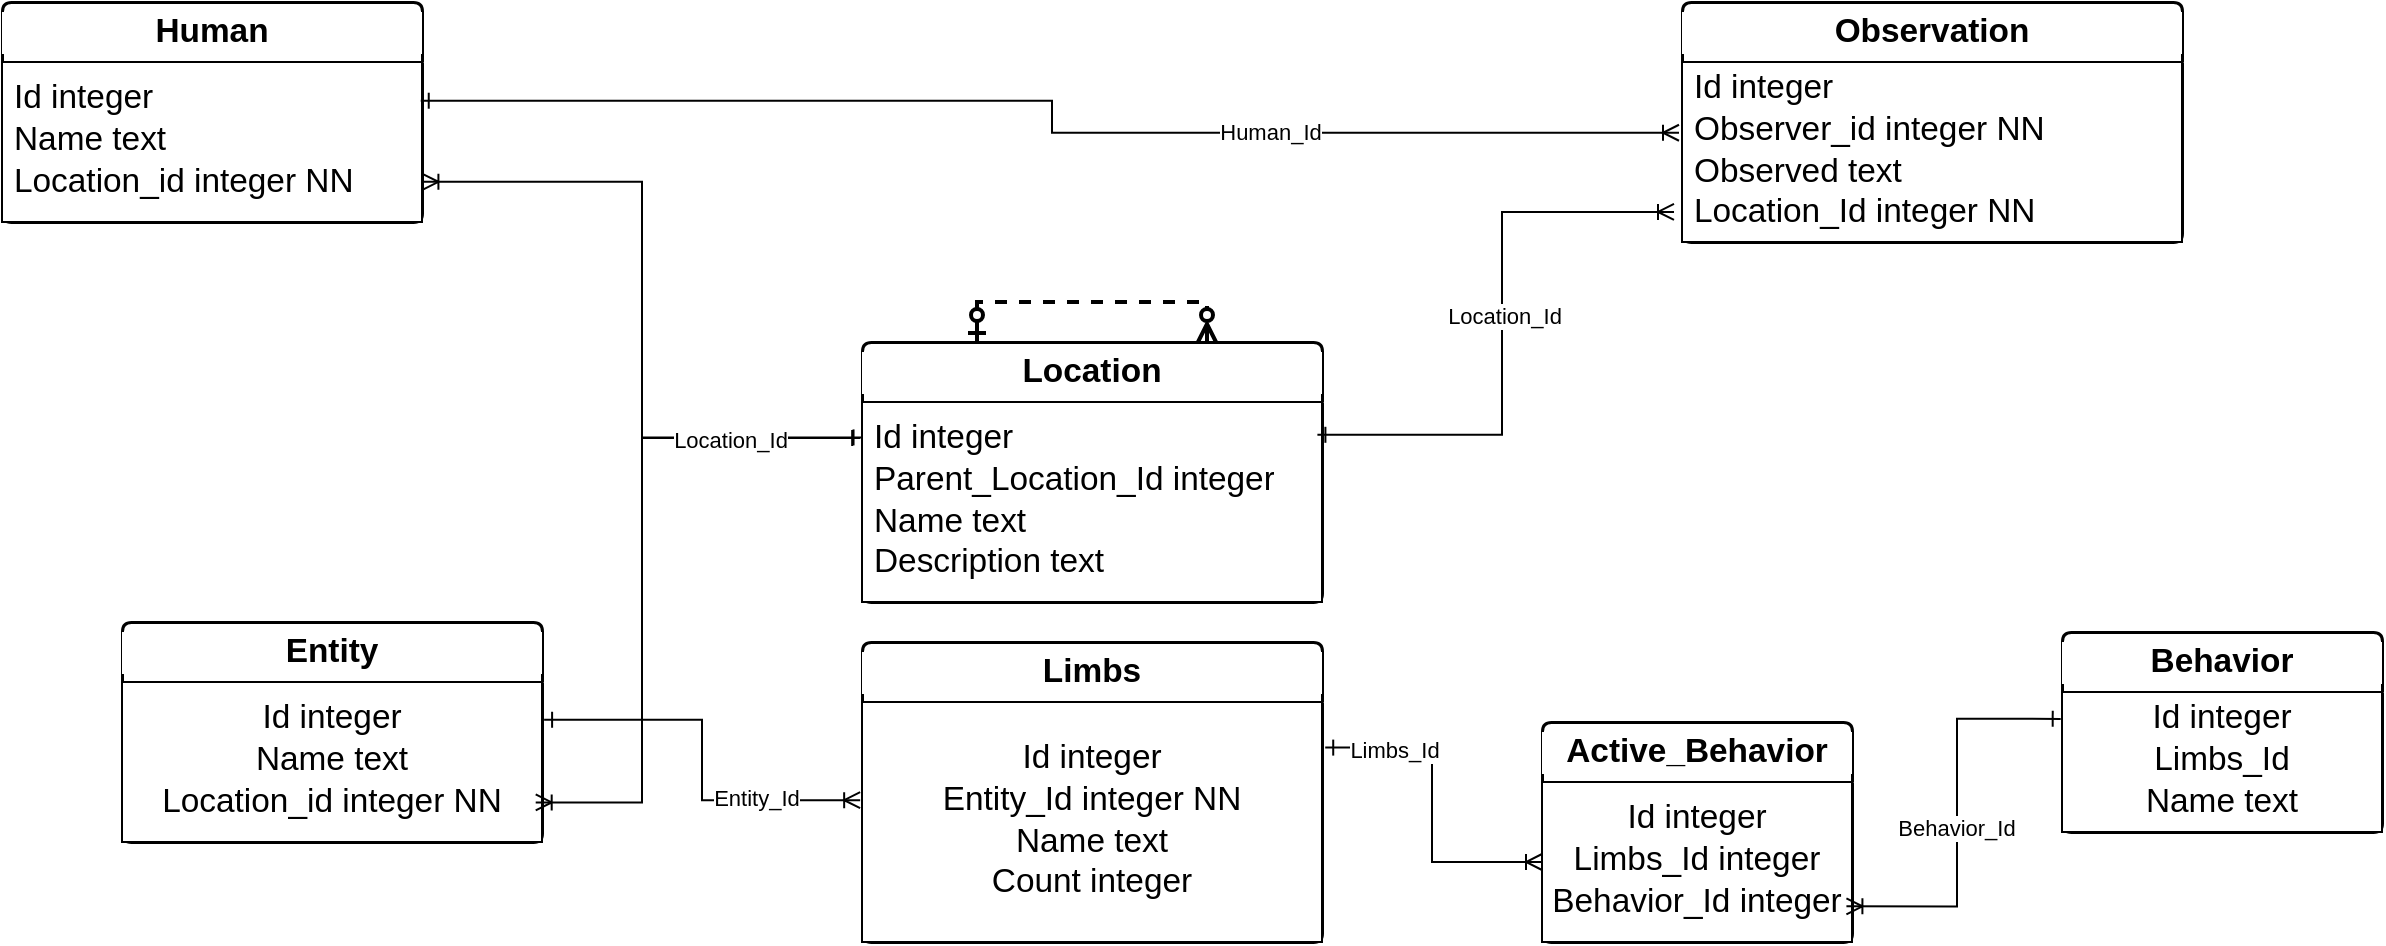
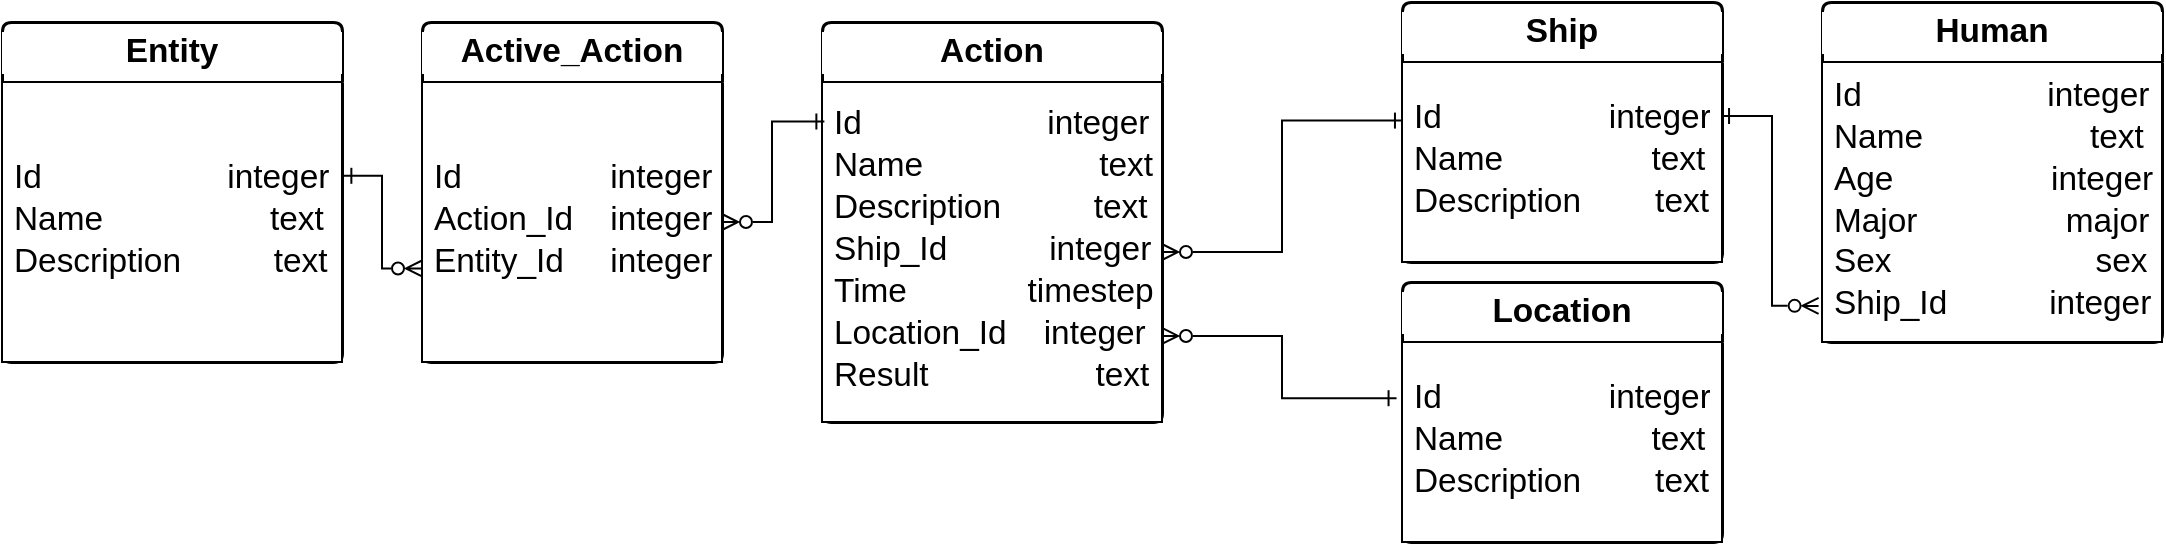
- <mxfile host="Electron" agent="Mozilla/5.0 (Windows NT 10.0; Win64; x64) AppleWebKit/537.36 (KHTML, like Gecko) draw.io/29.0.3 Chrome/140.0.7339.249 Electron/38.7.0 Safari/537.36" version="29.0.3">
+ <mxfile host="Electron" agent="Mozilla/5.0 (Windows NT 10.0; Win64; x64) AppleWebKit/537.36 (KHTML, like Gecko) draw.io/29.2.9 Chrome/140.0.7339.249 Electron/38.7.2 Safari/537.36" version="29.2.9">
  <diagram name="Страница-1" id="8GCiKMp58gubuejLVi_N">
-     <mxGraphModel dx="1355" dy="823" grid="1" gridSize="10" guides="1" tooltips="1" connect="1" arrows="1" fold="1" page="1" pageScale="1" pageWidth="827" pageHeight="1169" math="0" shadow="0">
+     <mxGraphModel dx="1209" dy="865" grid="1" gridSize="10" guides="1" tooltips="1" connect="1" arrows="1" fold="1" page="1" pageScale="1" pageWidth="827" pageHeight="1169" math="0" shadow="0">
      <root>
        <mxCell id="0" />
        <mxCell id="1" parent="0" />
-         <mxCell id="qf7KGY2JOOSaYyycN9dM-10" value="&lt;font style=&quot;&quot;&gt;&lt;span style=&quot;font-size: 16.7px;&quot;&gt;Location&lt;/span&gt;&lt;/font&gt;" style="html=1;overflow=block;blockSpacing=1;swimlane;childLayout=stackLayout;horizontal=1;horizontalStack=0;resizeParent=1;resizeParentMax=0;resizeLast=0;collapsible=0;marginBottom=0;swimlaneFillColor=#ffffff;startSize=30;whiteSpace=wrap;fontSize=16.7;fontStyle=1;align=center;spacing=0;strokeOpacity=100;fillOpacity=100;rounded=1;absoluteArcSize=1;arcSize=9;strokeWidth=1.5;fontColor=#000000;labelBackgroundColor=#FFFFFF;" parent="1" vertex="1">
-           <mxGeometry x="610" y="319.9999999999999" width="230" height="130" as="geometry" />
+         <mxCell id="Q-WWIh0XVSD4gLDMptNJ-1" parent="1" style="html=1;overflow=block;blockSpacing=1;swimlane;childLayout=stackLayout;horizontal=1;horizontalStack=0;resizeParent=1;resizeParentMax=0;resizeLast=0;collapsible=0;marginBottom=0;swimlaneFillColor=#ffffff;startSize=30;whiteSpace=wrap;fontSize=16.7;fontStyle=1;align=center;spacing=0;strokeOpacity=100;fillOpacity=100;rounded=1;absoluteArcSize=1;arcSize=9;strokeWidth=1.5;fontColor=#000000;labelBackgroundColor=#FFFFFF;" value="&lt;font style=&quot;&quot;&gt;&lt;span style=&quot;font-size: 16.7px;&quot;&gt;Location&lt;/span&gt;&lt;/font&gt;" vertex="1">
+           <mxGeometry height="130" width="160" x="770" y="420" as="geometry" />
        </mxCell>
-         <mxCell id="qf7KGY2JOOSaYyycN9dM-11" value="&lt;div style=&quot;display: flex; justify-content: center; align-items: baseline; line-height: 1.25; margin-top: -2px;&quot;&gt;&lt;span style=&quot;font-size: 16.7px;&quot;&gt;Id integer&lt;br&gt;Parent_Location_Id integer&lt;br&gt;Name text&lt;br&gt;Description text&lt;/span&gt;&lt;/div&gt;" style="part=1;html=1;resizeHeight=0;align=left;verticalAlign=middle;spacingLeft=4;spacingRight=4;overflow=hidden;rotatable=0;points=[[0,0.5],[1,0.5]];portConstraint=eastwest;swimlaneFillColor=#ffffff;strokeOpacity=100;fillOpacity=100;whiteSpace=wrap;fontSize=16.7;fontColor=#000000;labelBackgroundColor=#FFFFFF;" parent="qf7KGY2JOOSaYyycN9dM-10" vertex="1">
-           <mxGeometry y="30" width="230" height="100" as="geometry" />
+         <mxCell id="Q-WWIh0XVSD4gLDMptNJ-2" parent="Q-WWIh0XVSD4gLDMptNJ-1" style="part=1;html=1;resizeHeight=0;align=left;verticalAlign=middle;spacingLeft=4;spacingRight=4;overflow=hidden;rotatable=0;points=[[0,0.5],[1,0.5]];portConstraint=eastwest;swimlaneFillColor=#ffffff;strokeOpacity=100;fillOpacity=100;whiteSpace=wrap;fontSize=16.7;fontColor=#000000;labelBackgroundColor=#FFFFFF;" value="&lt;div style=&quot;display: flex; justify-content: center; align-items: baseline; line-height: 1.25; margin-top: -2px;&quot;&gt;&lt;span style=&quot;font-size: 16.7px;&quot;&gt;Id&amp;nbsp; &amp;nbsp; &amp;nbsp; &amp;nbsp; &amp;nbsp; &amp;nbsp; &amp;nbsp; &amp;nbsp; &amp;nbsp; integer&lt;br&gt;Name&amp;nbsp; &amp;nbsp; &amp;nbsp; &amp;nbsp; &amp;nbsp; &amp;nbsp; &amp;nbsp; &amp;nbsp; text&lt;br&gt;Description&amp;nbsp; &amp;nbsp; &amp;nbsp; &amp;nbsp; text&lt;/span&gt;&lt;/div&gt;" vertex="1">
+           <mxGeometry height="100" width="160" y="30" as="geometry" />
        </mxCell>
-         <mxCell id="qf7KGY2JOOSaYyycN9dM-12" value="&lt;span style=&quot;font-size: 16.7px;&quot;&gt;Entity&lt;/span&gt;" style="html=1;overflow=block;blockSpacing=1;swimlane;childLayout=stackLayout;horizontal=1;horizontalStack=0;resizeParent=1;resizeParentMax=0;resizeLast=0;collapsible=0;marginBottom=0;swimlaneFillColor=#ffffff;startSize=30;whiteSpace=wrap;fontSize=16.7;fontStyle=1;align=center;spacing=0;strokeOpacity=100;fillOpacity=100;rounded=1;absoluteArcSize=1;arcSize=9;strokeWidth=1.5;fontColor=#000000;labelBackgroundColor=#FFFFFF;" parent="1" vertex="1">
-           <mxGeometry x="240" y="460" width="210" height="110" as="geometry" />
+         <mxCell id="Q-WWIh0XVSD4gLDMptNJ-3" parent="1" style="html=1;overflow=block;blockSpacing=1;swimlane;childLayout=stackLayout;horizontal=1;horizontalStack=0;resizeParent=1;resizeParentMax=0;resizeLast=0;collapsible=0;marginBottom=0;swimlaneFillColor=#ffffff;startSize=30;whiteSpace=wrap;fontSize=16.7;fontStyle=1;align=center;spacing=0;strokeOpacity=100;fillOpacity=100;rounded=1;absoluteArcSize=1;arcSize=9;strokeWidth=1.5;fontColor=#000000;labelBackgroundColor=#FFFFFF;" value="&lt;span style=&quot;font-size: 16.7px;&quot;&gt;Entity&lt;/span&gt;" vertex="1">
+           <mxGeometry height="170" width="170" x="70" y="290" as="geometry" />
        </mxCell>
-         <mxCell id="qf7KGY2JOOSaYyycN9dM-13" value="&lt;div style=&quot;display: flex; justify-content: center; align-items: baseline; line-height: 1.25; margin-top: -2px;&quot;&gt;&lt;span style=&quot;font-size: 0px;&quot;&gt;&lt;span style=&quot;font-size: 16.7px;&quot;&gt;&lt;font style=&quot;&quot;&gt;Id integer&lt;br&gt;Name text&lt;br&gt;Location_id integer NN&lt;/font&gt;&lt;/span&gt;&lt;/span&gt;&lt;/div&gt;" style="part=1;html=1;resizeHeight=0;align=center;verticalAlign=middle;spacingLeft=4;spacingRight=4;overflow=hidden;rotatable=0;points=[[0,0.5],[1,0.5]];portConstraint=eastwest;swimlaneFillColor=#ffffff;strokeOpacity=100;fillOpacity=100;whiteSpace=wrap;fontSize=16.7;fontColor=#000000;labelBackgroundColor=#FFFFFF;" parent="qf7KGY2JOOSaYyycN9dM-12" vertex="1">
-           <mxGeometry y="30" width="210" height="80" as="geometry" />
+         <mxCell id="Q-WWIh0XVSD4gLDMptNJ-4" parent="Q-WWIh0XVSD4gLDMptNJ-3" style="part=1;html=1;resizeHeight=0;align=left;verticalAlign=middle;spacingLeft=4;spacingRight=4;overflow=hidden;rotatable=0;points=[[0,0.5],[1,0.5]];portConstraint=eastwest;swimlaneFillColor=#ffffff;strokeOpacity=100;fillOpacity=100;whiteSpace=wrap;fontSize=16.7;fontColor=#000000;labelBackgroundColor=#FFFFFF;" value="&lt;div style=&quot;display: flex; justify-content: center; align-items: baseline; line-height: 1.25; margin-top: -2px;&quot;&gt;&lt;span style=&quot;font-size: 0px;&quot;&gt;&lt;span style=&quot;font-size: 16.7px;&quot;&gt;&lt;font style=&quot;&quot;&gt;Id&amp;nbsp; &amp;nbsp; &amp;nbsp; &amp;nbsp; &amp;nbsp; &amp;nbsp; &amp;nbsp; &amp;nbsp; &amp;nbsp; &amp;nbsp; integer&lt;br&gt;Name&amp;nbsp; &amp;nbsp; &amp;nbsp; &amp;nbsp; &amp;nbsp; &amp;nbsp; &amp;nbsp; &amp;nbsp; &amp;nbsp; text&lt;br&gt;Description&amp;nbsp; &amp;nbsp; &amp;nbsp; &amp;nbsp; &amp;nbsp; text&lt;br&gt;&lt;/font&gt;&lt;/span&gt;&lt;/span&gt;&lt;/div&gt;" vertex="1">
+           <mxGeometry height="140" width="170" y="30" as="geometry" />
        </mxCell>
-         <mxCell id="qf7KGY2JOOSaYyycN9dM-16" value="&lt;font style=&quot;&quot;&gt;&lt;span style=&quot;font-size: 16.7px;&quot;&gt;Observation&lt;/span&gt;&lt;/font&gt;" style="html=1;overflow=block;blockSpacing=1;swimlane;childLayout=stackLayout;horizontal=1;horizontalStack=0;resizeParent=1;resizeParentMax=0;resizeLast=0;collapsible=0;marginBottom=0;swimlaneFillColor=#ffffff;startSize=30;whiteSpace=wrap;fontSize=16.7;fontStyle=1;align=center;spacing=0;strokeOpacity=100;fillOpacity=100;rounded=1;absoluteArcSize=1;arcSize=9;strokeWidth=1.5;fontColor=#000000;labelBackgroundColor=#FFFFFF;" parent="1" vertex="1">
-           <mxGeometry x="1020" y="150" width="250" height="120" as="geometry" />
+         <mxCell id="Q-WWIh0XVSD4gLDMptNJ-5" parent="1" style="html=1;overflow=block;blockSpacing=1;swimlane;childLayout=stackLayout;horizontal=1;horizontalStack=0;resizeParent=1;resizeParentMax=0;resizeLast=0;collapsible=0;marginBottom=0;swimlaneFillColor=#ffffff;startSize=30;whiteSpace=wrap;fontSize=16.7;fontStyle=1;align=center;spacing=0;strokeOpacity=100;fillOpacity=100;rounded=1;absoluteArcSize=1;arcSize=9;strokeWidth=1.5;fontColor=#000000;labelBackgroundColor=#FFFFFF;" value="&lt;span style=&quot;font-size: 16.7px;&quot;&gt;Human&lt;/span&gt;" vertex="1">
+           <mxGeometry height="170" width="170" x="980" y="280.0000000000001" as="geometry" />
        </mxCell>
-         <mxCell id="qf7KGY2JOOSaYyycN9dM-17" value="&lt;div style=&quot;display: flex; justify-content: center; align-items: baseline; line-height: 1.25; margin-top: -2px;&quot;&gt;&lt;span style=&quot;font-size: 16.7px;&quot;&gt;Id integer&lt;br&gt;Observer_id integer NN&lt;br&gt;Observed text&lt;br&gt;Location_Id integer NN&lt;/span&gt;&lt;/div&gt;" style="part=1;html=1;resizeHeight=0;align=left;verticalAlign=middle;spacingLeft=4;spacingRight=4;overflow=hidden;rotatable=0;points=[[0,0.5],[1,0.5]];portConstraint=eastwest;swimlaneFillColor=#ffffff;strokeOpacity=100;fillOpacity=100;whiteSpace=wrap;fontSize=16.7;fontColor=#000000;labelBackgroundColor=#FFFFFF;" parent="qf7KGY2JOOSaYyycN9dM-16" vertex="1">
-           <mxGeometry y="30" width="250" height="90" as="geometry" />
+         <mxCell id="Q-WWIh0XVSD4gLDMptNJ-6" parent="Q-WWIh0XVSD4gLDMptNJ-5" style="part=1;html=1;resizeHeight=0;align=left;verticalAlign=middle;spacingLeft=4;spacingRight=4;overflow=hidden;rotatable=0;points=[[0,0.5],[1,0.5]];portConstraint=eastwest;swimlaneFillColor=#ffffff;strokeOpacity=100;fillOpacity=100;whiteSpace=wrap;fontSize=16.7;fontColor=#000000;labelBackgroundColor=#FFFFFF;" value="&lt;div style=&quot;display: flex; justify-content: center; align-items: baseline; line-height: 1.25; margin-top: -2px;&quot;&gt;&lt;span style=&quot;font-size: 0px;&quot;&gt;&lt;span style=&quot;font-size: 16.7px;&quot;&gt;&lt;font style=&quot;&quot;&gt;Id&amp;nbsp; &amp;nbsp; &amp;nbsp; &amp;nbsp; &amp;nbsp; &amp;nbsp; &amp;nbsp; &amp;nbsp; &amp;nbsp; &amp;nbsp; integer&lt;br&gt;Name&amp;nbsp; &amp;nbsp; &amp;nbsp; &amp;nbsp; &amp;nbsp; &amp;nbsp; &amp;nbsp; &amp;nbsp; &amp;nbsp; text&lt;br&gt;Age&amp;nbsp; &amp;nbsp; &amp;nbsp; &amp;nbsp; &amp;nbsp; &amp;nbsp; &amp;nbsp; &amp;nbsp; &amp;nbsp;integer&lt;br&gt;Major&amp;nbsp; &amp;nbsp; &amp;nbsp; &amp;nbsp; &amp;nbsp; &amp;nbsp; &amp;nbsp; &amp;nbsp; major&lt;br&gt;Sex&amp;nbsp; &amp;nbsp; &amp;nbsp; &amp;nbsp; &amp;nbsp; &amp;nbsp; &amp;nbsp; &amp;nbsp; &amp;nbsp; &amp;nbsp; &amp;nbsp; sex&lt;br&gt;Ship_Id&amp;nbsp; &amp;nbsp; &amp;nbsp; &amp;nbsp; &amp;nbsp; &amp;nbsp;integer&lt;br&gt;&lt;/font&gt;&lt;/span&gt;&lt;/span&gt;&lt;/div&gt;" vertex="1">
+           <mxGeometry height="140" width="170" y="30" as="geometry" />
        </mxCell>
-         <mxCell id="qf7KGY2JOOSaYyycN9dM-18" value="&lt;span style=&quot;font-size: 16.7px;&quot;&gt;Human&lt;/span&gt;" style="html=1;overflow=block;blockSpacing=1;swimlane;childLayout=stackLayout;horizontal=1;horizontalStack=0;resizeParent=1;resizeParentMax=0;resizeLast=0;collapsible=0;marginBottom=0;swimlaneFillColor=#ffffff;startSize=30;whiteSpace=wrap;fontSize=16.7;fontStyle=1;align=center;spacing=0;strokeOpacity=100;fillOpacity=100;rounded=1;absoluteArcSize=1;arcSize=9;strokeWidth=1.5;fontColor=#000000;labelBackgroundColor=#FFFFFF;" parent="1" vertex="1">
-           <mxGeometry x="180" y="150" width="210" height="110" as="geometry" />
+         <mxCell id="Q-WWIh0XVSD4gLDMptNJ-7" parent="1" style="html=1;overflow=block;blockSpacing=1;swimlane;childLayout=stackLayout;horizontal=1;horizontalStack=0;resizeParent=1;resizeParentMax=0;resizeLast=0;collapsible=0;marginBottom=0;swimlaneFillColor=#ffffff;startSize=30;whiteSpace=wrap;fontSize=16.7;fontStyle=1;align=center;spacing=0;strokeOpacity=100;fillOpacity=100;rounded=1;absoluteArcSize=1;arcSize=9;strokeWidth=1.5;fontColor=#000000;labelBackgroundColor=#FFFFFF;" value="&lt;span style=&quot;font-size: 16.7px;&quot;&gt;Action&lt;/span&gt;" vertex="1">
+           <mxGeometry height="200" width="170" x="480" y="290.0000000000001" as="geometry" />
        </mxCell>
-         <mxCell id="qf7KGY2JOOSaYyycN9dM-19" value="&lt;div style=&quot;display: flex; justify-content: center; align-items: baseline; line-height: 1.25; margin-top: -2px;&quot;&gt;&lt;span style=&quot;font-size: 0px;&quot;&gt;&lt;span style=&quot;font-size: 16.7px;&quot;&gt;&lt;font style=&quot;&quot;&gt;Id integer&lt;br&gt;Name text&lt;br&gt;Location_id integer NN&lt;/font&gt;&lt;/span&gt;&lt;/span&gt;&lt;/div&gt;" style="part=1;html=1;resizeHeight=0;align=left;verticalAlign=middle;spacingLeft=4;spacingRight=4;overflow=hidden;rotatable=0;points=[[0,0.5],[1,0.5]];portConstraint=eastwest;swimlaneFillColor=#ffffff;strokeOpacity=100;fillOpacity=100;whiteSpace=wrap;fontSize=16.7;fontColor=#000000;labelBackgroundColor=#FFFFFF;" parent="qf7KGY2JOOSaYyycN9dM-18" vertex="1">
-           <mxGeometry y="30" width="210" height="80" as="geometry" />
+         <mxCell id="Q-WWIh0XVSD4gLDMptNJ-8" parent="Q-WWIh0XVSD4gLDMptNJ-7" style="part=1;html=1;resizeHeight=0;align=left;verticalAlign=middle;spacingLeft=4;spacingRight=4;overflow=hidden;rotatable=0;points=[[0,0.5],[1,0.5]];portConstraint=eastwest;swimlaneFillColor=#ffffff;strokeOpacity=100;fillOpacity=100;whiteSpace=wrap;fontSize=16.7;fontColor=#000000;labelBackgroundColor=#FFFFFF;" value="&lt;div style=&quot;display: flex; justify-content: center; align-items: baseline; line-height: 1.25; margin-top: -2px;&quot;&gt;&lt;span style=&quot;font-size: 16.7px;&quot;&gt;Id&amp;nbsp; &amp;nbsp; &amp;nbsp; &amp;nbsp; &amp;nbsp; &amp;nbsp; &amp;nbsp; &amp;nbsp; &amp;nbsp; &amp;nbsp; integer&lt;br&gt;Name&amp;nbsp; &amp;nbsp; &amp;nbsp; &amp;nbsp; &amp;nbsp; &amp;nbsp; &amp;nbsp; &amp;nbsp; &amp;nbsp; &amp;nbsp;text&lt;br&gt;Description&amp;nbsp; &amp;nbsp; &amp;nbsp; &amp;nbsp; &amp;nbsp; text&lt;br&gt;Ship_Id&amp;nbsp; &amp;nbsp; &amp;nbsp; &amp;nbsp; &amp;nbsp; &amp;nbsp;integer&lt;br&gt;Time&amp;nbsp; &amp;nbsp; &amp;nbsp; &amp;nbsp; &amp;nbsp; &amp;nbsp; &amp;nbsp;timestep&lt;br&gt;Location_Id&amp;nbsp; &amp;nbsp; integer&lt;br&gt;Result&amp;nbsp; &amp;nbsp; &amp;nbsp; &amp;nbsp; &amp;nbsp; &amp;nbsp; &amp;nbsp; &amp;nbsp; &amp;nbsp; text&lt;/span&gt;&lt;/div&gt;" vertex="1">
+           <mxGeometry height="170" width="170" y="30" as="geometry" />
        </mxCell>
-         <mxCell id="qf7KGY2JOOSaYyycN9dM-29" value="&lt;span style=&quot;font-size: 16.7px;&quot;&gt;Limbs&lt;/span&gt;" style="html=1;overflow=block;blockSpacing=1;swimlane;childLayout=stackLayout;horizontal=1;horizontalStack=0;resizeParent=1;resizeParentMax=0;resizeLast=0;collapsible=0;marginBottom=0;swimlaneFillColor=#ffffff;startSize=30;whiteSpace=wrap;fontSize=16.7;fontStyle=1;align=center;spacing=0;strokeOpacity=100;fillOpacity=100;rounded=1;absoluteArcSize=1;arcSize=9;strokeWidth=1.5;fontColor=#000000;labelBackgroundColor=#FFFFFF;" parent="1" vertex="1">
-           <mxGeometry x="610" y="470" width="230" height="150" as="geometry" />
+         <mxCell id="Q-WWIh0XVSD4gLDMptNJ-10" parent="1" style="html=1;overflow=block;blockSpacing=1;swimlane;childLayout=stackLayout;horizontal=1;horizontalStack=0;resizeParent=1;resizeParentMax=0;resizeLast=0;collapsible=0;marginBottom=0;swimlaneFillColor=#ffffff;startSize=30;whiteSpace=wrap;fontSize=16.7;fontStyle=1;align=center;spacing=0;strokeOpacity=100;fillOpacity=100;rounded=1;absoluteArcSize=1;arcSize=9;strokeWidth=1.5;fontColor=#000000;labelBackgroundColor=#FFFFFF;" value="&lt;font style=&quot;&quot;&gt;&lt;span style=&quot;font-size: 16.7px;&quot;&gt;Ship&lt;/span&gt;&lt;/font&gt;" vertex="1">
+           <mxGeometry height="130" width="160" x="770" y="280.0000000000001" as="geometry" />
        </mxCell>
-         <mxCell id="qf7KGY2JOOSaYyycN9dM-30" value="&lt;div style=&quot;display: flex; justify-content: center; align-items: baseline; line-height: 1.25; margin-top: -2px;&quot;&gt;&lt;span style=&quot;font-size: 0px;&quot;&gt;&lt;span style=&quot;font-size: 16.7px;&quot;&gt;&lt;font style=&quot;&quot;&gt;Id integer&lt;br&gt;Entity_Id integer NN&lt;br&gt;Name text&lt;br&gt;Count integer&lt;br&gt;&lt;/font&gt;&lt;/span&gt;&lt;/span&gt;&lt;/div&gt;" style="part=1;html=1;resizeHeight=0;align=center;verticalAlign=middle;spacingLeft=4;spacingRight=4;overflow=hidden;rotatable=0;points=[[0,0.5],[1,0.5]];portConstraint=eastwest;swimlaneFillColor=#ffffff;strokeOpacity=100;fillOpacity=100;whiteSpace=wrap;fontSize=16.7;fontColor=#000000;labelBackgroundColor=#FFFFFF;" parent="qf7KGY2JOOSaYyycN9dM-29" vertex="1">
-           <mxGeometry y="30" width="230" height="120" as="geometry" />
+         <mxCell id="Q-WWIh0XVSD4gLDMptNJ-11" parent="Q-WWIh0XVSD4gLDMptNJ-10" style="part=1;html=1;resizeHeight=0;align=left;verticalAlign=middle;spacingLeft=4;spacingRight=4;overflow=hidden;rotatable=0;points=[[0,0.5],[1,0.5]];portConstraint=eastwest;swimlaneFillColor=#ffffff;strokeOpacity=100;fillOpacity=100;whiteSpace=wrap;fontSize=16.7;fontColor=#000000;labelBackgroundColor=#FFFFFF;" value="&lt;div style=&quot;display: flex; justify-content: center; align-items: baseline; line-height: 1.25; margin-top: -2px;&quot;&gt;&lt;span style=&quot;font-size: 16.7px;&quot;&gt;Id&amp;nbsp; &amp;nbsp; &amp;nbsp; &amp;nbsp; &amp;nbsp; &amp;nbsp; &amp;nbsp; &amp;nbsp; &amp;nbsp; integer&lt;br&gt;Name&amp;nbsp; &amp;nbsp; &amp;nbsp; &amp;nbsp; &amp;nbsp; &amp;nbsp; &amp;nbsp; &amp;nbsp; text&lt;br&gt;Description&amp;nbsp; &amp;nbsp; &amp;nbsp; &amp;nbsp; text&lt;br&gt;&lt;/span&gt;&lt;/div&gt;" vertex="1">
+           <mxGeometry height="100" width="160" y="30" as="geometry" />
        </mxCell>
-         <mxCell id="qf7KGY2JOOSaYyycN9dM-33" value="&lt;span style=&quot;font-size: 16.7px;&quot;&gt;Behavior&lt;/span&gt;" style="html=1;overflow=block;blockSpacing=1;swimlane;childLayout=stackLayout;horizontal=1;horizontalStack=0;resizeParent=1;resizeParentMax=0;resizeLast=0;collapsible=0;marginBottom=0;swimlaneFillColor=#ffffff;startSize=30;whiteSpace=wrap;fontSize=16.7;fontStyle=1;align=center;spacing=0;strokeOpacity=100;fillOpacity=100;rounded=1;absoluteArcSize=1;arcSize=9;strokeWidth=1.5;fontColor=#000000;labelBackgroundColor=#FFFFFF;" parent="1" vertex="1">
-           <mxGeometry x="1210" y="465" width="160" height="100" as="geometry" />
-         </mxCell>
-         <mxCell id="qf7KGY2JOOSaYyycN9dM-34" value="&lt;div style=&quot;display: flex; justify-content: center; align-items: baseline; line-height: 1.25; margin-top: -2px;&quot;&gt;&lt;span style=&quot;font-size: 0px;&quot;&gt;&lt;span style=&quot;font-size: 16.7px;&quot;&gt;&lt;font style=&quot;&quot;&gt;Id integer&lt;br&gt;Limbs_Id&lt;br&gt;Name text&lt;br&gt;&lt;/font&gt;&lt;/span&gt;&lt;/span&gt;&lt;/div&gt;" style="part=1;html=1;resizeHeight=0;align=center;verticalAlign=middle;spacingLeft=4;spacingRight=4;overflow=hidden;rotatable=0;points=[[0,0.5],[1,0.5]];portConstraint=eastwest;swimlaneFillColor=#ffffff;strokeOpacity=100;fillOpacity=100;whiteSpace=wrap;fontSize=16.7;fontColor=#000000;labelBackgroundColor=#FFFFFF;" parent="qf7KGY2JOOSaYyycN9dM-33" vertex="1">
-           <mxGeometry y="30" width="160" height="70" as="geometry" />
-         </mxCell>
-         <mxCell id="qf7KGY2JOOSaYyycN9dM-36" style="edgeStyle=orthogonalEdgeStyle;rounded=0;orthogonalLoop=1;jettySize=auto;html=1;startArrow=ERone;startFill=0;endArrow=ERoneToMany;endFill=0;exitX=0.997;exitY=0.242;exitDx=0;exitDy=0;exitPerimeter=0;entryX=-0.006;entryY=0.393;entryDx=0;entryDy=0;entryPerimeter=0;" parent="1" source="qf7KGY2JOOSaYyycN9dM-19" target="qf7KGY2JOOSaYyycN9dM-17" edge="1">
+         <mxCell id="Q-WWIh0XVSD4gLDMptNJ-12" edge="1" parent="1" source="Q-WWIh0XVSD4gLDMptNJ-11" style="edgeStyle=orthogonalEdgeStyle;rounded=0;orthogonalLoop=1;jettySize=auto;html=1;entryX=1;entryY=0.5;entryDx=0;entryDy=0;endArrow=ERzeroToMany;endFill=0;startArrow=ERone;startFill=0;exitX=0.003;exitY=0.293;exitDx=0;exitDy=0;exitPerimeter=0;" target="Q-WWIh0XVSD4gLDMptNJ-8">
          <mxGeometry relative="1" as="geometry">
-             <mxPoint x="650" y="270" as="targetPoint" />
+             <Array as="points">
+               <mxPoint x="710" y="339" />
+               <mxPoint x="710" y="405" />
+             </Array>
+             <mxPoint x="620" y="50.000000000000114" as="sourcePoint" />
+             <mxPoint x="581" y="132.0000000000001" as="targetPoint" />
          </mxGeometry>
        </mxCell>
-         <mxCell id="QcIAITSWbiZysxgEOfuz-9" value="Human_Id" style="edgeLabel;html=1;align=center;verticalAlign=middle;resizable=0;points=[];" vertex="1" connectable="0" parent="qf7KGY2JOOSaYyycN9dM-36">
-           <mxGeometry x="0.3643" y="1" relative="1" as="geometry">
-             <mxPoint as="offset" />
+         <mxCell id="Q-WWIh0XVSD4gLDMptNJ-13" edge="1" parent="1" source="Q-WWIh0XVSD4gLDMptNJ-2" style="edgeStyle=orthogonalEdgeStyle;rounded=0;orthogonalLoop=1;jettySize=auto;html=1;entryX=1;entryY=0.747;entryDx=0;entryDy=0;entryPerimeter=0;endArrow=ERzeroToMany;endFill=0;startArrow=ERone;startFill=0;exitX=-0.017;exitY=0.281;exitDx=0;exitDy=0;exitPerimeter=0;" target="Q-WWIh0XVSD4gLDMptNJ-8">
+           <mxGeometry relative="1" as="geometry">
+             <mxPoint x="716" y="560.0000000000001" as="sourcePoint" />
+             <mxPoint x="580" y="560.0000000000001" as="targetPoint" />
          </mxGeometry>
        </mxCell>
-         <mxCell id="qf7KGY2JOOSaYyycN9dM-37" style="edgeStyle=orthogonalEdgeStyle;rounded=0;orthogonalLoop=1;jettySize=auto;html=1;startArrow=ERone;startFill=0;endArrow=ERoneToMany;endFill=0;exitX=0.99;exitY=0.164;exitDx=0;exitDy=0;exitPerimeter=0;entryX=-0.016;entryY=0.833;entryDx=0;entryDy=0;entryPerimeter=0;" parent="1" source="qf7KGY2JOOSaYyycN9dM-11" target="qf7KGY2JOOSaYyycN9dM-17" edge="1">
+         <mxCell id="Q-WWIh0XVSD4gLDMptNJ-14" edge="1" parent="1" source="Q-WWIh0XVSD4gLDMptNJ-11" style="edgeStyle=orthogonalEdgeStyle;rounded=0;orthogonalLoop=1;jettySize=auto;html=1;entryX=-0.01;entryY=0.871;entryDx=0;entryDy=0;startArrow=ERone;startFill=0;endArrow=ERzeroToMany;endFill=0;exitX=0.997;exitY=0.27;exitDx=0;exitDy=0;exitPerimeter=0;entryPerimeter=0;" target="Q-WWIh0XVSD4gLDMptNJ-6">
+           <mxGeometry relative="1" as="geometry" />
+         </mxCell>
+         <mxCell id="Q-WWIh0XVSD4gLDMptNJ-15" parent="1" style="html=1;overflow=block;blockSpacing=1;swimlane;childLayout=stackLayout;horizontal=1;horizontalStack=0;resizeParent=1;resizeParentMax=0;resizeLast=0;collapsible=0;marginBottom=0;swimlaneFillColor=#ffffff;startSize=30;whiteSpace=wrap;fontSize=16.7;fontStyle=1;align=center;spacing=0;strokeOpacity=100;fillOpacity=100;rounded=1;absoluteArcSize=1;arcSize=9;strokeWidth=1.5;fontColor=#000000;labelBackgroundColor=#FFFFFF;" value="&lt;span style=&quot;font-size: 16.7px;&quot;&gt;Active_Action&lt;/span&gt;" vertex="1">
+           <mxGeometry height="170" width="150" x="280" y="290" as="geometry" />
+         </mxCell>
+         <mxCell id="Q-WWIh0XVSD4gLDMptNJ-16" parent="Q-WWIh0XVSD4gLDMptNJ-15" style="part=1;html=1;resizeHeight=0;align=left;verticalAlign=middle;spacingLeft=4;spacingRight=4;overflow=hidden;rotatable=0;points=[[0,0.5],[1,0.5]];portConstraint=eastwest;swimlaneFillColor=#ffffff;strokeOpacity=100;fillOpacity=100;whiteSpace=wrap;fontSize=16.7;fontColor=#000000;labelBackgroundColor=#FFFFFF;" value="&lt;div style=&quot;display: flex; justify-content: center; align-items: baseline; line-height: 1.25; margin-top: -2px;&quot;&gt;&lt;span style=&quot;font-size: 0px;&quot;&gt;&lt;span style=&quot;font-size: 16.7px;&quot;&gt;&lt;font style=&quot;&quot;&gt;Id&amp;nbsp; &amp;nbsp; &amp;nbsp; &amp;nbsp; &amp;nbsp; &amp;nbsp; &amp;nbsp; &amp;nbsp; integer&lt;br&gt;Action_Id&amp;nbsp; &amp;nbsp; integer&lt;br&gt;Entity_Id&amp;nbsp; &amp;nbsp; &amp;nbsp;integer&lt;br&gt;&lt;/font&gt;&lt;/span&gt;&lt;/span&gt;&lt;/div&gt;" vertex="1">
+           <mxGeometry height="140" width="150" y="30" as="geometry" />
+         </mxCell>
+         <mxCell id="Q-WWIh0XVSD4gLDMptNJ-17" edge="1" parent="1" source="Q-WWIh0XVSD4gLDMptNJ-8" style="edgeStyle=orthogonalEdgeStyle;rounded=0;orthogonalLoop=1;jettySize=auto;html=1;entryX=1;entryY=0.5;entryDx=0;entryDy=0;endArrow=ERzeroToMany;endFill=0;startArrow=ERone;startFill=0;exitX=0.007;exitY=0.116;exitDx=0;exitDy=0;exitPerimeter=0;" target="Q-WWIh0XVSD4gLDMptNJ-16">
          <mxGeometry relative="1" as="geometry">
-             <mxPoint x="780" y="364" as="sourcePoint" />
-             <mxPoint x="1094" y="380" as="targetPoint" />
+             <mxPoint x="630" y="210" as="sourcePoint" />
+             <mxPoint x="440" y="276" as="targetPoint" />
          </mxGeometry>
        </mxCell>
-         <mxCell id="QcIAITSWbiZysxgEOfuz-10" value="Location_Id" style="edgeLabel;html=1;align=center;verticalAlign=middle;resizable=0;points=[];" vertex="1" connectable="0" parent="qf7KGY2JOOSaYyycN9dM-37">
-           <mxGeometry x="0.0501" y="-1" relative="1" as="geometry">
-             <mxPoint as="offset" />
-           </mxGeometry>
-         </mxCell>
-         <mxCell id="qf7KGY2JOOSaYyycN9dM-39" style="edgeStyle=orthogonalEdgeStyle;rounded=0;orthogonalLoop=1;jettySize=auto;html=1;entryX=1.001;entryY=0.749;entryDx=0;entryDy=0;entryPerimeter=0;endArrow=ERoneToMany;endFill=0;startArrow=ERone;startFill=0;exitX=-0.001;exitY=0.177;exitDx=0;exitDy=0;exitPerimeter=0;" parent="1" source="qf7KGY2JOOSaYyycN9dM-11" target="qf7KGY2JOOSaYyycN9dM-19" edge="1">
-           <mxGeometry relative="1" as="geometry" />
-         </mxCell>
-         <mxCell id="qf7KGY2JOOSaYyycN9dM-40" style="edgeStyle=orthogonalEdgeStyle;rounded=0;orthogonalLoop=1;jettySize=auto;html=1;entryX=0.985;entryY=0.753;entryDx=0;entryDy=0;entryPerimeter=0;endArrow=ERoneToMany;endFill=0;startArrow=ERone;startFill=0;exitX=-0.004;exitY=0.18;exitDx=0;exitDy=0;exitPerimeter=0;" parent="1" source="qf7KGY2JOOSaYyycN9dM-11" target="qf7KGY2JOOSaYyycN9dM-13" edge="1">
+         <mxCell id="Q-WWIh0XVSD4gLDMptNJ-18" edge="1" parent="1" source="Q-WWIh0XVSD4gLDMptNJ-4" style="edgeStyle=orthogonalEdgeStyle;rounded=0;orthogonalLoop=1;jettySize=auto;html=1;entryX=0;entryY=0.666;entryDx=0;entryDy=0;endArrow=ERzeroToMany;endFill=0;startArrow=ERone;startFill=0;exitX=1.004;exitY=0.335;exitDx=0;exitDy=0;exitPerimeter=0;entryPerimeter=0;" target="Q-WWIh0XVSD4gLDMptNJ-16">
          <mxGeometry relative="1" as="geometry">
-             <mxPoint x="650" y="518" as="sourcePoint" />
-             <mxPoint x="560" y="400" as="targetPoint" />
-             <Array as="points">
-               <mxPoint x="500" y="368" />
-               <mxPoint x="500" y="550" />
-             </Array>
-           </mxGeometry>
-         </mxCell>
-         <mxCell id="QcIAITSWbiZysxgEOfuz-11" value="Location_Id" style="edgeLabel;html=1;align=center;verticalAlign=middle;resizable=0;points=[];" vertex="1" connectable="0" parent="qf7KGY2JOOSaYyycN9dM-40">
-           <mxGeometry x="-0.624" y="1" relative="1" as="geometry">
-             <mxPoint as="offset" />
-           </mxGeometry>
-         </mxCell>
-         <mxCell id="qf7KGY2JOOSaYyycN9dM-41" style="edgeStyle=orthogonalEdgeStyle;rounded=0;orthogonalLoop=1;jettySize=auto;html=1;startArrow=ERone;startFill=0;endArrow=ERoneToMany;endFill=0;exitX=1.005;exitY=0.236;exitDx=0;exitDy=0;exitPerimeter=0;entryX=-0.004;entryY=0.409;entryDx=0;entryDy=0;entryPerimeter=0;" parent="1" source="qf7KGY2JOOSaYyycN9dM-13" target="qf7KGY2JOOSaYyycN9dM-30" edge="1">
-           <mxGeometry relative="1" as="geometry">
-             <mxPoint x="550" y="681" as="sourcePoint" />
-             <mxPoint x="615" y="580" as="targetPoint" />
-           </mxGeometry>
-         </mxCell>
-         <mxCell id="QcIAITSWbiZysxgEOfuz-13" value="Entity_Id" style="edgeLabel;html=1;align=center;verticalAlign=middle;resizable=0;points=[];" vertex="1" connectable="0" parent="qf7KGY2JOOSaYyycN9dM-41">
-           <mxGeometry x="0.4699" y="1" relative="1" as="geometry">
-             <mxPoint as="offset" />
-           </mxGeometry>
-         </mxCell>
-         <mxCell id="QcIAITSWbiZysxgEOfuz-1" value="&lt;span style=&quot;font-size: 16.7px;&quot;&gt;Active_Behavior&lt;/span&gt;" style="html=1;overflow=block;blockSpacing=1;swimlane;childLayout=stackLayout;horizontal=1;horizontalStack=0;resizeParent=1;resizeParentMax=0;resizeLast=0;collapsible=0;marginBottom=0;swimlaneFillColor=#ffffff;startSize=30;whiteSpace=wrap;fontSize=16.7;fontStyle=1;align=center;spacing=0;strokeOpacity=100;fillOpacity=100;rounded=1;absoluteArcSize=1;arcSize=9;strokeWidth=1.5;fontColor=#000000;labelBackgroundColor=#FFFFFF;" vertex="1" parent="1">
-           <mxGeometry x="950" y="510" width="155" height="110" as="geometry" />
-         </mxCell>
-         <mxCell id="QcIAITSWbiZysxgEOfuz-2" value="&lt;div style=&quot;display: flex; justify-content: center; align-items: baseline; line-height: 1.25; margin-top: -2px;&quot;&gt;&lt;span style=&quot;font-size: 0px;&quot;&gt;&lt;span style=&quot;font-size: 16.7px;&quot;&gt;&lt;font style=&quot;&quot;&gt;Id integer&lt;br&gt;Limbs_Id integer&lt;br&gt;Behavior_Id integer&lt;br&gt;&lt;/font&gt;&lt;/span&gt;&lt;/span&gt;&lt;/div&gt;" style="part=1;html=1;resizeHeight=0;align=center;verticalAlign=middle;spacingLeft=4;spacingRight=4;overflow=hidden;rotatable=0;points=[[0,0.5],[1,0.5]];portConstraint=eastwest;swimlaneFillColor=#ffffff;strokeOpacity=100;fillOpacity=100;whiteSpace=wrap;fontSize=16.7;fontColor=#000000;labelBackgroundColor=#FFFFFF;" vertex="1" parent="QcIAITSWbiZysxgEOfuz-1">
-           <mxGeometry y="30" width="155" height="80" as="geometry" />
-         </mxCell>
-         <mxCell id="QcIAITSWbiZysxgEOfuz-3" style="edgeStyle=orthogonalEdgeStyle;rounded=0;orthogonalLoop=1;jettySize=auto;html=1;startArrow=ERone;startFill=0;endArrow=ERoneToMany;endFill=0;exitX=1.007;exitY=0.19;exitDx=0;exitDy=0;exitPerimeter=0;entryX=0;entryY=0.5;entryDx=0;entryDy=0;" edge="1" parent="1" source="qf7KGY2JOOSaYyycN9dM-30" target="QcIAITSWbiZysxgEOfuz-2">
-           <mxGeometry relative="1" as="geometry">
-             <mxPoint x="880" y="680" as="sourcePoint" />
-             <mxPoint x="1058" y="725" as="targetPoint" />
-           </mxGeometry>
-         </mxCell>
-         <mxCell id="QcIAITSWbiZysxgEOfuz-14" value="Limbs_Id" style="edgeLabel;html=1;align=center;verticalAlign=middle;resizable=0;points=[];" vertex="1" connectable="0" parent="QcIAITSWbiZysxgEOfuz-3">
-           <mxGeometry x="-0.7112" y="-1" relative="1" as="geometry">
-             <mxPoint x="10" as="offset" />
-           </mxGeometry>
-         </mxCell>
-         <mxCell id="QcIAITSWbiZysxgEOfuz-4" style="edgeStyle=orthogonalEdgeStyle;rounded=0;orthogonalLoop=1;jettySize=auto;html=1;entryX=0.982;entryY=0.777;entryDx=0;entryDy=0;entryPerimeter=0;endArrow=ERoneToMany;endFill=0;startArrow=ERone;startFill=0;exitX=-0.004;exitY=0.192;exitDx=0;exitDy=0;exitPerimeter=0;" edge="1" parent="1" source="qf7KGY2JOOSaYyycN9dM-34" target="QcIAITSWbiZysxgEOfuz-2">
-           <mxGeometry relative="1" as="geometry">
-             <mxPoint x="1252" y="710" as="sourcePoint" />
-             <mxPoint x="1090" y="892" as="targetPoint" />
-           </mxGeometry>
-         </mxCell>
-         <mxCell id="QcIAITSWbiZysxgEOfuz-15" value="Behavior_Id" style="edgeLabel;html=1;align=center;verticalAlign=middle;resizable=0;points=[];" vertex="1" connectable="0" parent="QcIAITSWbiZysxgEOfuz-4">
-           <mxGeometry x="0.0541" y="-1" relative="1" as="geometry">
-             <mxPoint as="offset" />
-           </mxGeometry>
-         </mxCell>
-         <mxCell id="QcIAITSWbiZysxgEOfuz-5" style="edgeStyle=orthogonalEdgeStyle;rounded=0;orthogonalLoop=1;jettySize=auto;html=1;entryX=0.75;entryY=0;entryDx=0;entryDy=0;dashed=1;strokeWidth=2;exitX=0.25;exitY=0;exitDx=0;exitDy=0;startArrow=ERzeroToOne;startFill=0;endArrow=ERzeroToMany;endFill=0;" edge="1" parent="1" source="qf7KGY2JOOSaYyycN9dM-10" target="qf7KGY2JOOSaYyycN9dM-10">
-           <mxGeometry relative="1" as="geometry">
-             <mxPoint x="670.004482758621" y="260" as="sourcePoint" />
-             <mxPoint x="737.5899999999999" y="260.70000000000005" as="targetPoint" />
-             <Array as="points">
-               <mxPoint x="668" y="300" />
-               <mxPoint x="782" y="300" />
-             </Array>
+             <mxPoint x="281" y="490" as="sourcePoint" />
+             <mxPoint x="230" y="540" as="targetPoint" />
          </mxGeometry>
        </mxCell>
      </root>
    </mxGraphModel>
  </diagram>
</mxfile>
